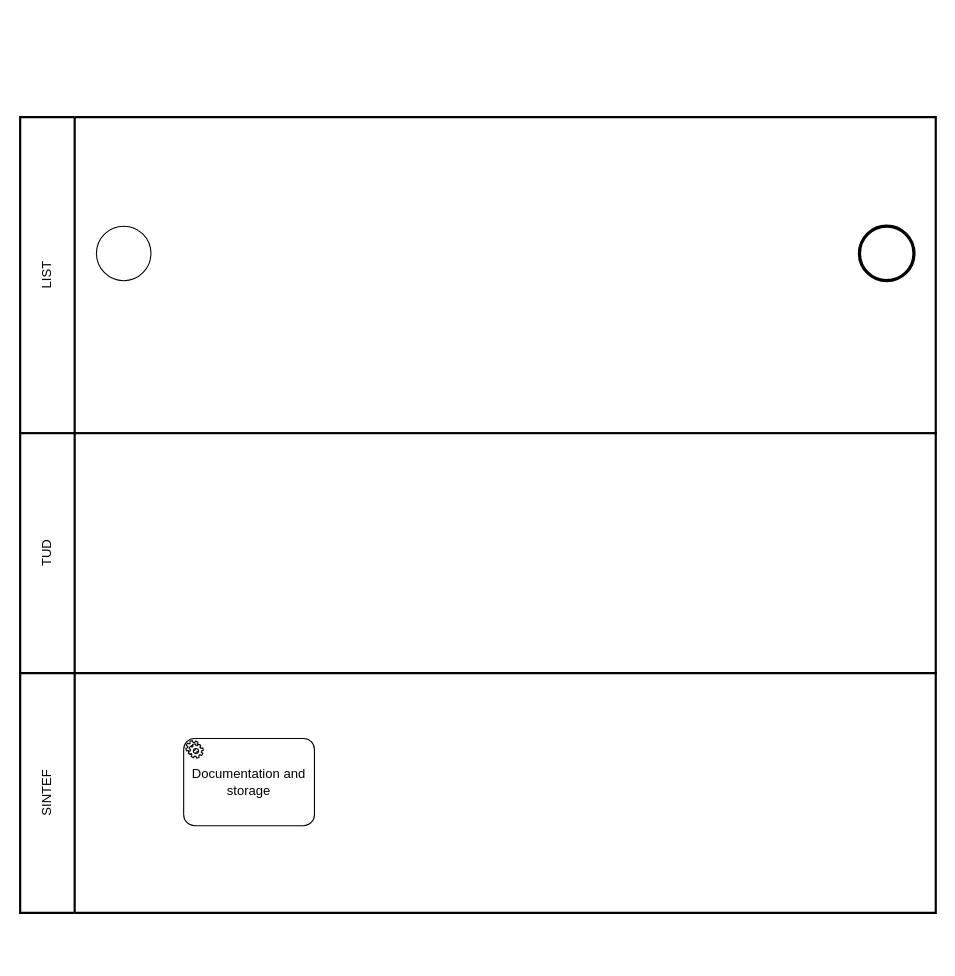
M-ERA-NET-MEDIATE/DataDocumentation keeps this draw.io diagram as page "microstructure_homogenization" (1 of 2) of docs/Untitled Diagram.drawio. Above is the earlier version. Source tidied: cells renumbered, new cells numbered last; positions are measured from the earlier drawing's top-left corner, leaving out a move shared by most shapes. Both pictures are drawn from the tidied source at 109%, with x=0, y=0 at pixel (20, 117).
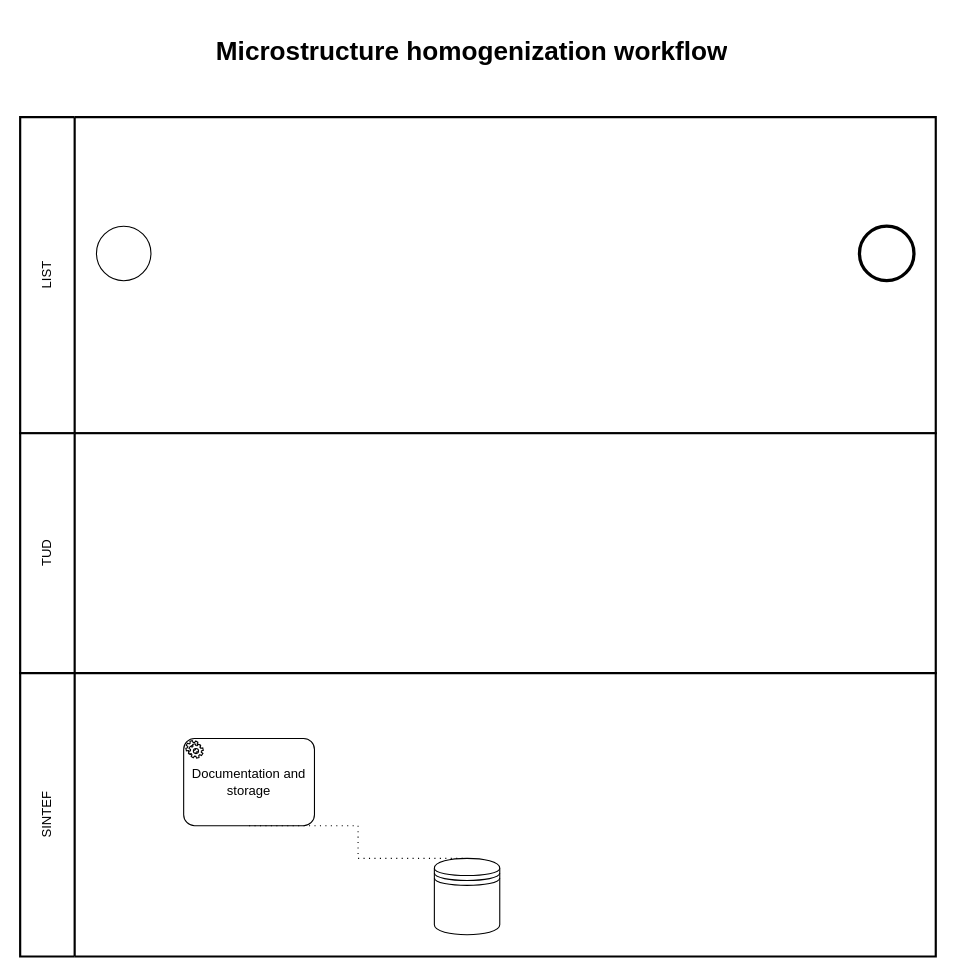
Above is the later version.

Commit message:
sofc performance drawing.drawio

Change to the diagram source:
```diff
@@
 <mxGraphModel>
   <root>
     <mxCell id="0" />
     <mxCell id="1" parent="0" />
     <mxCell id="2" value="LIST" style="swimlane;html=1;startSize=50;fontStyle=0;horizontal=0;swimlaneLine=1;swimlaneFillColor=#ffffff;strokeWidth=2;whiteSpace=wrap;" parent="1" vertex="1">
       <mxGeometry width="840" height="290" as="geometry" />
     </mxCell>
     <mxCell id="3" style="shape=mxgraph.bpmn.event;html=1;verticalLabelPosition=bottom;labelBackgroundColor=#ffffff;verticalAlign=top;align=center;perimeter=ellipsePerimeter;outline=end;symbol=terminate2;" parent="2" vertex="1">
       <mxGeometry x="770" y="100" width="50" height="50" as="geometry" />
     </mxCell>
     <mxCell id="4" style="shape=mxgraph.bpmn.event;html=1;verticalLabelPosition=bottom;labelBackgroundColor=#ffffff;verticalAlign=top;align=center;perimeter=ellipsePerimeter;outline=standard;symbol=general;" parent="2" vertex="1">
       <mxGeometry x="70" y="100" width="50" height="50" as="geometry" />
     </mxCell>
     <mxCell id="5" value="TUD" style="swimlane;html=1;startSize=50;fontStyle=0;horizontal=0;swimlaneLine=1;swimlaneFillColor=#ffffff;strokeWidth=2;whiteSpace=wrap;" parent="1" vertex="1">
       <mxGeometry y="290" width="840" height="220" as="geometry" />
     </mxCell>
     <mxCell id="6" value="SINTEF" style="swimlane;html=1;startSize=50;fontStyle=0;horizontal=0;swimlaneLine=1;swimlaneFillColor=#ffffff;strokeWidth=2;whiteSpace=wrap;" parent="1" vertex="1">
-      <mxGeometry y="510" width="840" height="220" as="geometry" />
+      <mxGeometry y="510" width="840" height="260" as="geometry" />
     </mxCell>
     <mxCell id="7" value="Documentation and storage" style="points=[[0.25,0,0],[0.5,0,0],[0.75,0,0],[1,0.25,0],[1,0.5,0],[1,0.75,0],[0.75,1,0],[0.5,1,0],[0.25,1,0],[0,0.75,0],[0,0.5,0],[0,0.25,0]];shape=mxgraph.bpmn.task;whiteSpace=wrap;rectStyle=rounded;size=10;html=1;taskMarker=service;" parent="6" vertex="1">
       <mxGeometry x="150" y="60" width="120" height="80" as="geometry" />
     </mxCell>
+    <mxCell id="8" style="shape=datastore;html=1;labelPosition=center;verticalLabelPosition=bottom;align=center;verticalAlign=top;" parent="6" vertex="1">
+      <mxGeometry x="380" y="170" width="60" height="70" as="geometry" />
+    </mxCell>
+    <mxCell id="9" style="edgeStyle=elbowEdgeStyle;fontSize=12;html=1;endFill=0;startFill=0;endSize=6;startSize=6;dashed=1;dashPattern=1 4;endArrow=none;startArrow=none;rounded=0;exitX=0.5;exitY=1;exitDx=0;exitDy=0;exitPerimeter=0;entryX=0.5;entryY=0;entryDx=0;entryDy=0;" parent="6" edge="1" source="7" target="8">
+      <mxGeometry relative="1" as="geometry" />
+    </mxCell>
+    <mxCell id="10" value="&lt;h1&gt;Microstructure homogenization workflow&lt;br&gt;&lt;/h1&gt;" style="text;html=1;spacing=5;spacingTop=-20;whiteSpace=wrap;overflow=hidden;rounded=0;" parent="1" vertex="1">
+      <mxGeometry x="175" y="-80" width="490" height="60" as="geometry" />
+    </mxCell>
   </root>
 </mxGraphModel>
```
